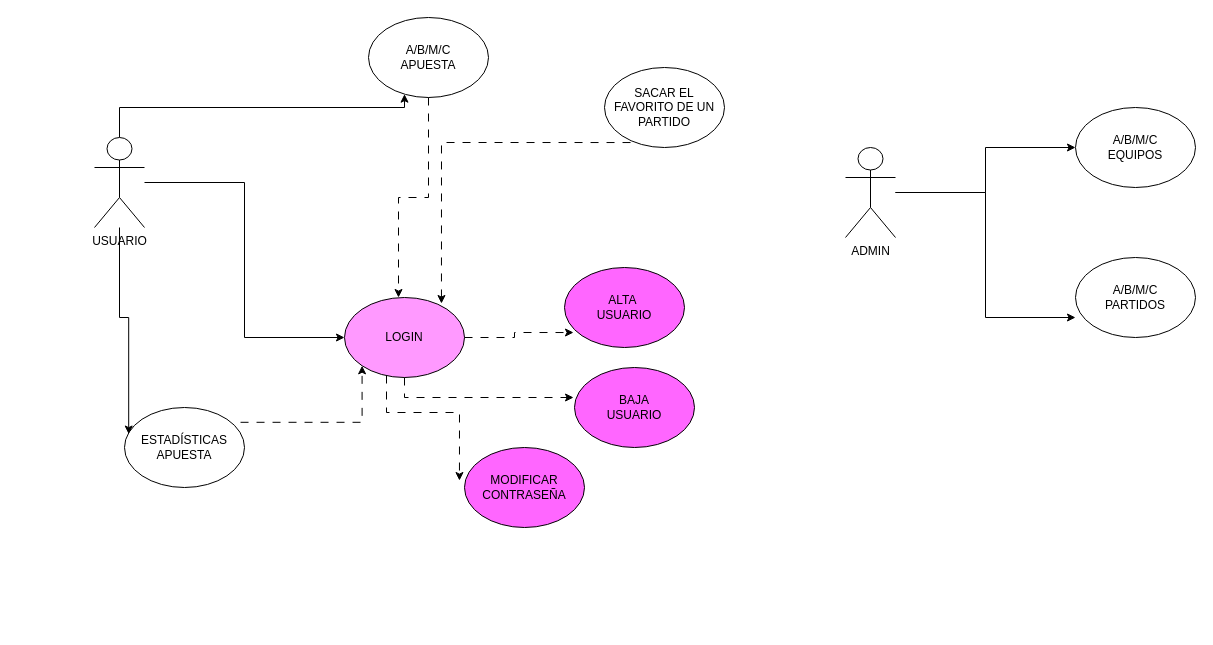
Above: appapuestas/Casos de USO Apuestas.drawio in Valexx55/sanblasjava (draw.io), before the change. Source tidied: cells renumbered, new cells numbered last; positions are measured from the earlier drawing's top-left corner, leaving out a move shared by most shapes. Both pictures are drawn from the tidied source at 100%, with x=0, y=0 at pixel (94, 17).
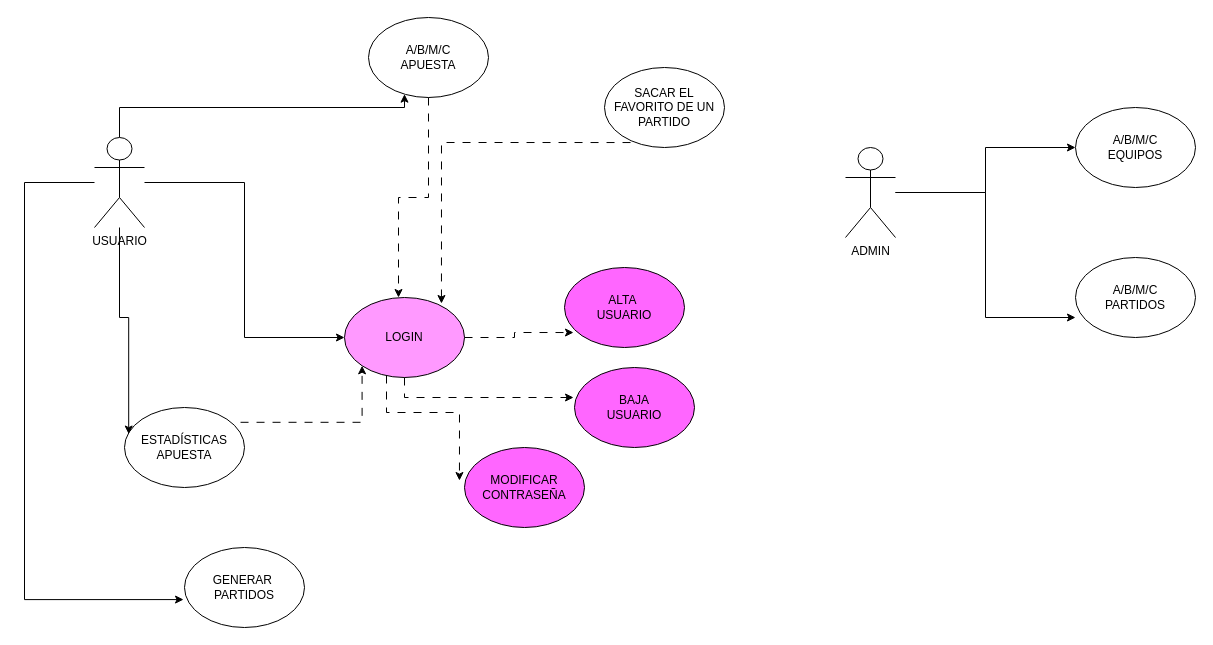
Above is the later version.

Unchanged cells that the change refers to:
```xml
<mxCell id="4" value="USUARIO" style="shape=umlActor;verticalLabelPosition=bottom;verticalAlign=top;html=1;outlineConnect=0;" parent="1" vertex="1">
  <mxGeometry y="120" width="50" height="90" as="geometry" />
</mxCell>
```

Diff of the diagram source:
```diff
@@
+    <mxCell id="24" value="GENERAR&amp;nbsp;&lt;br&gt;PARTIDOS" style="ellipse;whiteSpace=wrap;html=1;" parent="1" vertex="1">
+      <mxGeometry x="90" y="530" width="120" height="80" as="geometry" />
+    </mxCell>
+    <mxCell id="25" style="edgeStyle=orthogonalEdgeStyle;rounded=0;jettySize=auto;html=1;entryX=-0.008;entryY=0.651;entryDx=0;entryDy=0;entryPerimeter=0;" parent="1" edge="1" source="4" target="24">
+      <mxGeometry relative="1" as="geometry">
+        <Array as="points">
+          <mxPoint x="-70" y="165" />
+          <mxPoint x="-70" y="582" />
+        </Array>
+      </mxGeometry>
+    </mxCell>
```
